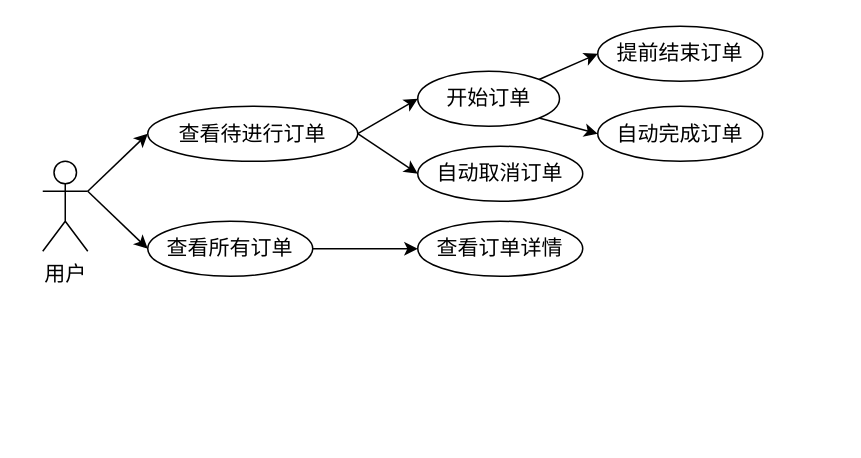
mochaDMQ/myPicture keeps this draw.io diagram as 订单管理模块.drawio. Above is the earlier version. Source tidied: cells renumbered, new cells numbered last; positions are measured from the earlier drawing's top-left corner, leaving out a move shared by most shapes. Both pictures are drawn from the tidied source at 150%, with x=0, y=0 at pixel (42, 26).
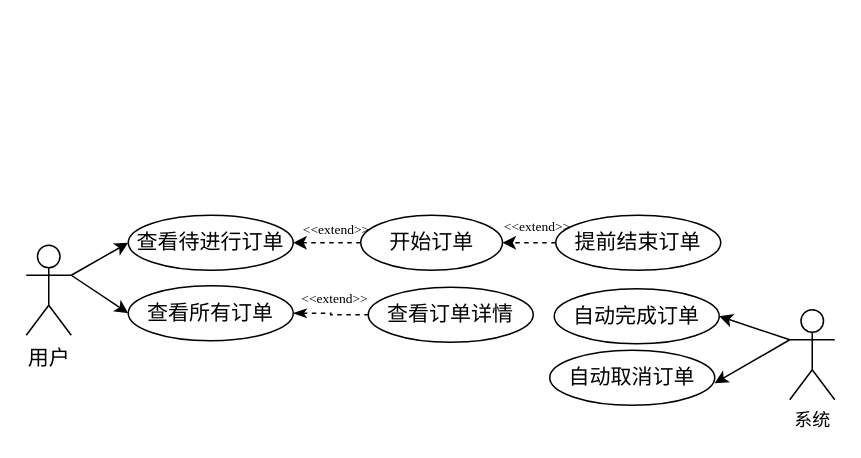
The same diagram, later.

Commit message:
更新订单管理模块.drawio

What changed in the source:
```diff
@@
     <mxCell id="4" value="用户" style="shape=umlActor;verticalLabelPosition=bottom;verticalAlign=top;html=1;outlineConnect=0;fontFamily=宋体;fontSize=14;" parent="1" vertex="1">
-      <mxGeometry y="90" width="30" height="60" as="geometry" />
+      <mxGeometry x="-11" y="146" width="30" height="60" as="geometry" />
     </mxCell>
-    <mxCell id="5" style="rounded=0;jettySize=auto;html=1;exitX=1;exitY=0.5;exitDx=0;exitDy=0;entryX=0;entryY=0.5;entryDx=0;entryDy=0;fontFamily=宋体;fontSize=14;" parent="1" edge="1" source="7" target="13">
-      <mxGeometry relative="1" as="geometry" />
-    </mxCell>
-    <mxCell id="6" style="rounded=0;jettySize=auto;html=1;exitX=1;exitY=0.5;exitDx=0;exitDy=0;entryX=0;entryY=0.5;entryDx=0;entryDy=0;fontFamily=宋体;fontSize=14;" parent="1" edge="1" source="7" target="16">
-      <mxGeometry relative="1" as="geometry" />
-    </mxCell>
     <mxCell id="7" value="查看待进行订单" style="ellipse;whiteSpace=wrap;html=1;fontFamily=宋体;fontSize=14;" parent="1" vertex="1">
-      <mxGeometry x="70" y="53.3" width="140" height="36.7" as="geometry" />
+      <mxGeometry x="57" y="126" width="110" height="36.7" as="geometry" />
     </mxCell>
-    <mxCell id="8" style="edgeStyle=orthogonalEdgeStyle;rounded=0;jettySize=auto;html=1;exitX=1;exitY=0.5;exitDx=0;exitDy=0;entryX=0;entryY=0.5;entryDx=0;entryDy=0;fontFamily=宋体;fontSize=14;" parent="1" edge="1" source="9" target="10">
+    <mxCell id="8" style="edgeStyle=orthogonalEdgeStyle;rounded=0;jettySize=auto;html=1;exitX=1;exitY=0.5;exitDx=0;exitDy=0;entryX=0;entryY=0.5;entryDx=0;entryDy=0;fontFamily=宋体;fontSize=14;dashed=1;endArrow=none;startFill=1;startArrow=classicThin;" parent="1" edge="1" source="9" target="10">
       <mxGeometry relative="1" as="geometry" />
     </mxCell>
     <mxCell id="9" value="查看所有订单" style="ellipse;whiteSpace=wrap;html=1;fontFamily=宋体;fontSize=14;" parent="1" vertex="1">
-      <mxGeometry x="70" y="130" width="110" height="36.7" as="geometry" />
+      <mxGeometry x="57" y="173" width="110" height="36.7" as="geometry" />
     </mxCell>
     <mxCell id="10" value="查看订单详情" style="ellipse;whiteSpace=wrap;html=1;fontFamily=宋体;fontSize=14;" parent="1" vertex="1">
-      <mxGeometry x="250" y="130" width="110" height="36.7" as="geometry" />
+      <mxGeometry x="217" y="174" width="110" height="36.7" as="geometry" />
     </mxCell>
-    <mxCell id="11" style="rounded=0;jettySize=auto;html=1;exitX=1;exitY=0;exitDx=0;exitDy=0;entryX=0;entryY=0.5;entryDx=0;entryDy=0;fontFamily=宋体;fontSize=14;" parent="1" edge="1" source="13" target="15">
-      <mxGeometry relative="1" as="geometry" />
-    </mxCell>
-    <mxCell id="12" style="edgeStyle=none;rounded=0;jettySize=auto;html=1;exitX=1;exitY=1;exitDx=0;exitDy=0;entryX=0;entryY=0.5;entryDx=0;entryDy=0;fontFamily=宋体;fontSize=14;" parent="1" edge="1" source="13" target="14">
-      <mxGeometry relative="1" as="geometry" />
-    </mxCell>
+    <mxCell id="14" value="自动完成订单" style="ellipse;whiteSpace=wrap;html=1;fontFamily=宋体;fontSize=14;" parent="1" vertex="1">
+      <mxGeometry x="341" y="175" width="110" height="36.7" as="geometry" />
+    </mxCell>
+    <mxCell id="16" value="自动取消订单" style="ellipse;whiteSpace=wrap;html=1;fontFamily=宋体;fontSize=14;" parent="1" vertex="1">
+      <mxGeometry x="338" y="216" width="110" height="36.7" as="geometry" />
+    </mxCell>
+    <mxCell id="17" value="&amp;lt;&amp;lt;extend&amp;gt;&amp;gt;" style="text;html=1;align=center;verticalAlign=middle;whiteSpace=wrap;rounded=0;spacing=0;fontSize=9;fontFamily=Times New Roman;" parent="1" vertex="1">
+      <mxGeometry x="168" y="176" width="54" height="12" as="geometry" />
+    </mxCell>
+    <mxCell id="18" style="edgeStyle=orthogonalEdgeStyle;rounded=0;jettySize=auto;html=1;exitX=0;exitY=0.5;exitDx=0;exitDy=0;entryX=1;entryY=0.5;entryDx=0;entryDy=0;fontFamily=Helvetica;fontSize=11;fontColor=default;labelBackgroundColor=default;dashed=1;" parent="1" edge="1" source="13" target="7">
+      <mxGeometry relative="1" as="geometry" />
+    </mxCell>
     <mxCell id="13" value="开始订单" style="ellipse;whiteSpace=wrap;html=1;fontFamily=宋体;fontSize=14;" parent="1" vertex="1">
-      <mxGeometry x="250" y="30" width="94.5" height="36.7" as="geometry" />
+      <mxGeometry x="212" y="126" width="94.5" height="36.7" as="geometry" />
     </mxCell>
-    <mxCell id="14" value="自动完成订单" style="ellipse;whiteSpace=wrap;html=1;fontFamily=宋体;fontSize=14;" parent="1" vertex="1">
-      <mxGeometry x="370" y="53.3" width="110" height="36.7" as="geometry" />
-    </mxCell>
+    <mxCell id="19" style="edgeStyle=orthogonalEdgeStyle;rounded=0;jettySize=auto;html=1;exitX=0;exitY=0.5;exitDx=0;exitDy=0;entryX=1;entryY=0.5;entryDx=0;entryDy=0;fontFamily=Helvetica;fontSize=11;fontColor=default;labelBackgroundColor=default;dashed=1;" parent="1" edge="1" source="15" target="13">
+      <mxGeometry relative="1" as="geometry" />
+    </mxCell>
     <mxCell id="15" value="提前结束订单" style="ellipse;whiteSpace=wrap;html=1;fontFamily=宋体;fontSize=14;" parent="1" vertex="1">
-      <mxGeometry x="370" width="110" height="36.7" as="geometry" />
+      <mxGeometry x="342" y="126" width="110" height="36.7" as="geometry" />
     </mxCell>
-    <mxCell id="16" value="自动取消订单" style="ellipse;whiteSpace=wrap;html=1;fontFamily=宋体;fontSize=14;" parent="1" vertex="1">
-      <mxGeometry x="250" y="80" width="110" height="36.7" as="geometry" />
-    </mxCell>
+    <mxCell id="20" value="&amp;lt;&amp;lt;extend&amp;gt;&amp;gt;" style="text;html=1;align=center;verticalAlign=middle;whiteSpace=wrap;rounded=0;spacing=0;fontSize=9;fontFamily=Times New Roman;" parent="1" vertex="1">
+      <mxGeometry x="169" y="130" width="54" height="12" as="geometry" />
+    </mxCell>
+    <mxCell id="21" value="&amp;lt;&amp;lt;extend&amp;gt;&amp;gt;" style="text;html=1;align=center;verticalAlign=middle;whiteSpace=wrap;rounded=0;spacing=0;fontSize=9;fontFamily=Times New Roman;" parent="1" vertex="1">
+      <mxGeometry x="303" y="128" width="54" height="12" as="geometry" />
+    </mxCell>
+    <mxCell id="22" style="rounded=0;jettySize=auto;html=1;exitX=0;exitY=0.3333333333333333;exitDx=0;exitDy=0;exitPerimeter=0;entryX=1;entryY=0.5;entryDx=0;entryDy=0;fontFamily=Helvetica;fontSize=11;fontColor=default;labelBackgroundColor=default;" parent="1" edge="1" source="23" target="14">
+      <mxGeometry relative="1" as="geometry" />
+    </mxCell>
+    <mxCell id="23" value="系统" style="shape=umlActor;verticalLabelPosition=bottom;verticalAlign=top;html=1;outlineConnect=0;align=center;fontFamily=宋体;fontSize=12;fontColor=default;labelBackgroundColor=default;fillColor=none;gradientColor=none;" parent="1" vertex="1">
+      <mxGeometry x="498" y="189" width="30" height="60" as="geometry" />
+    </mxCell>
+    <mxCell id="24" style="rounded=0;jettySize=auto;html=1;exitX=0;exitY=0.3333333333333333;exitDx=0;exitDy=0;exitPerimeter=0;entryX=0.972;entryY=0.355;entryDx=0;entryDy=0;entryPerimeter=0;fontFamily=Helvetica;fontSize=11;fontColor=default;labelBackgroundColor=default;" parent="1" edge="1" source="23">
+      <mxGeometry relative="1" as="geometry">
+        <mxPoint x="447.9" y="238" as="targetPoint" />
+      </mxGeometry>
+    </mxCell>
```
